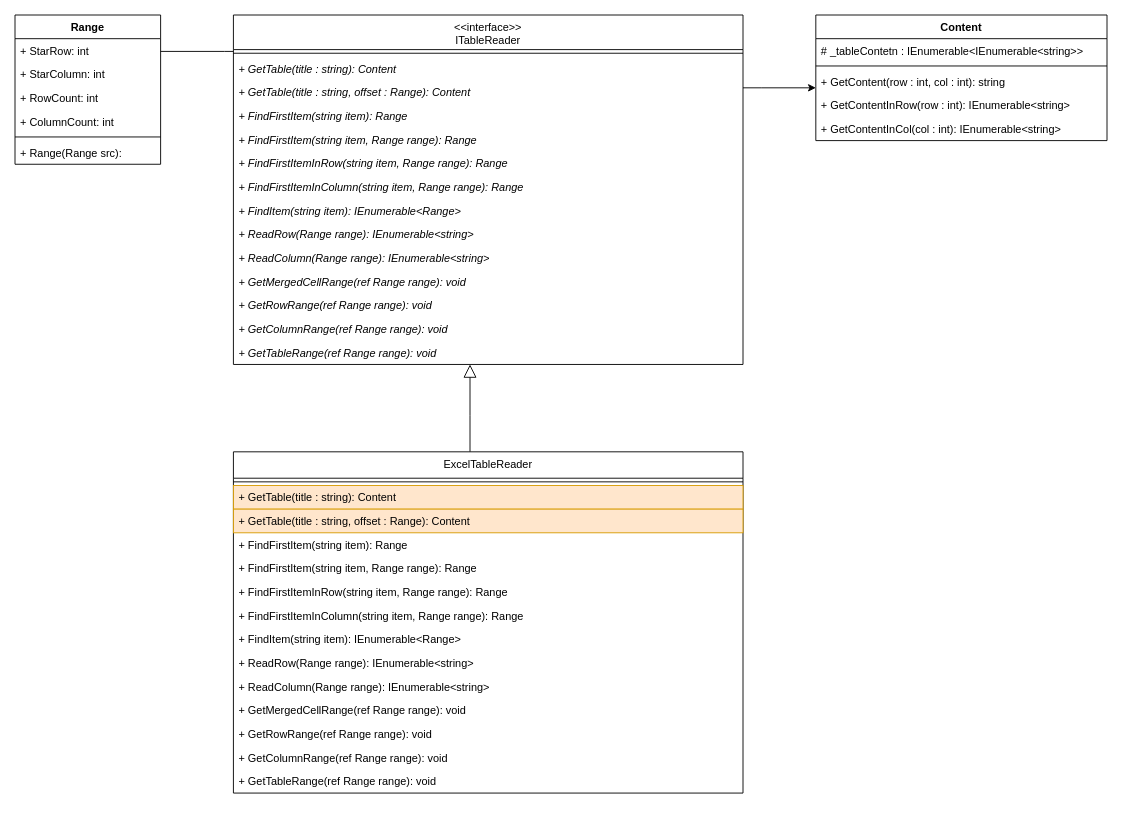
Earlier version of the draw.io diagram TableReader/doc/class_diagram.drawio (CountrySideEngineer/CsMySamples). Source tidied: cells renumbered, new cells numbered last; positions are measured from the earlier drawing's top-left corner, leaving out a move shared by most shapes. Both pictures are drawn from the tidied source at 91%, with x=0, y=0 at pixel (15, 15).
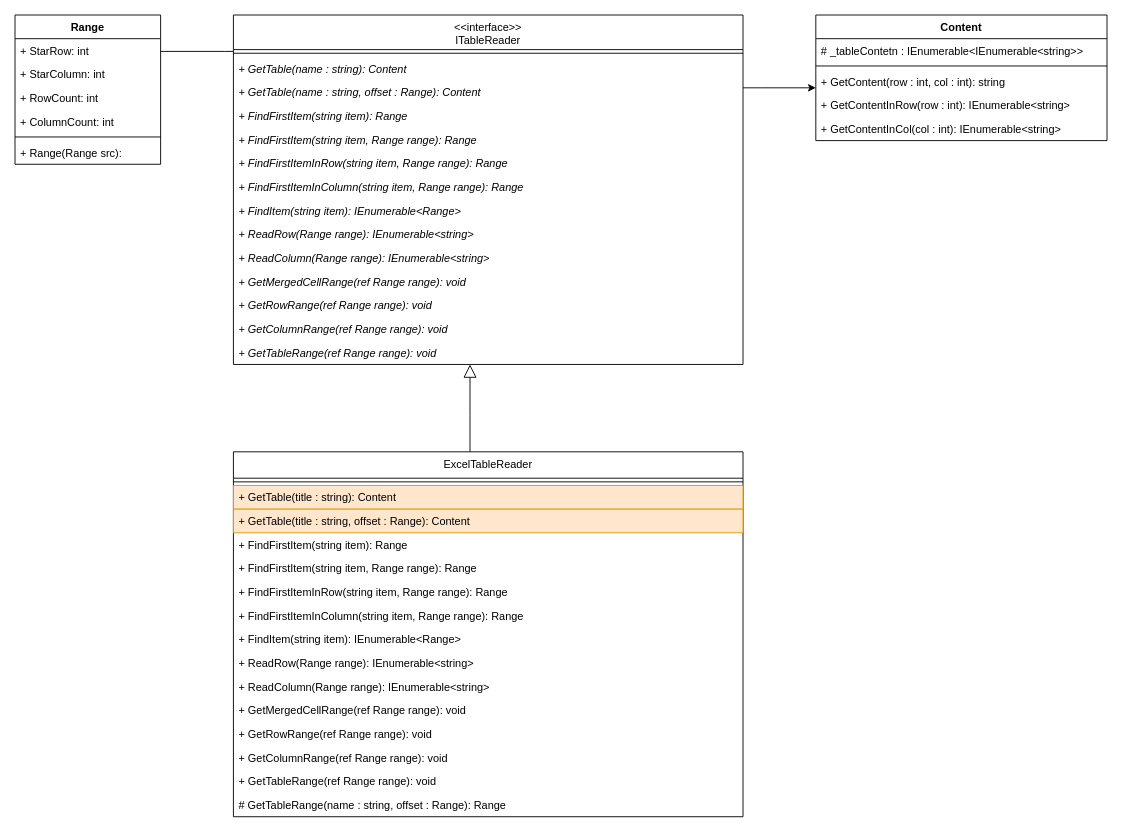
After the change.

Commit message:
Update design document.

The change refers to these unchanged cells:
```xml
<mxCell id="4" value="&lt;&lt;interface&gt;&gt;&#10;ITableReader" style="swimlane;fontStyle=0;align=center;verticalAlign=top;horizontal=1;startSize=38;" parent="1" vertex="1">
  <mxGeometry x="240" width="560" height="384" as="geometry" />
</mxCell>
```

What changed in the source:
```diff
@@
-    <mxCell id="6" value="+ GetTable(title : string): Content" style="text;strokeColor=none;fillColor=none;align=left;verticalAlign=top;spacingLeft=4;spacingRight=4;overflow=hidden;fontStyle=2;" parent="4" vertex="1">
+    <mxCell id="6" value="+ GetTable(name : string): Content" style="text;strokeColor=none;fillColor=none;align=left;verticalAlign=top;spacingLeft=4;spacingRight=4;overflow=hidden;fontStyle=2;" parent="4" vertex="1">
       <mxGeometry y="46" width="560" height="26" as="geometry" />
     </mxCell>
-    <mxCell id="7" value="+ GetTable(title : string, offset : Range): Content" style="text;strokeColor=none;fillColor=none;align=left;verticalAlign=top;spacingLeft=4;spacingRight=4;overflow=hidden;fontStyle=2;" parent="4" vertex="1">
+    <mxCell id="7" value="+ GetTable(name : string, offset : Range): Content" style="text;strokeColor=none;fillColor=none;align=left;verticalAlign=top;spacingLeft=4;spacingRight=4;overflow=hidden;fontStyle=2;" parent="4" vertex="1">
       <mxGeometry y="72" width="560" height="26" as="geometry" />
     </mxCell>
@@
     <mxCell id="27" value="ExcelTableReader" style="swimlane;fontStyle=0;align=center;verticalAlign=top;horizontal=1;startSize=29;" parent="1" vertex="1">
-      <mxGeometry x="240" y="480" width="560" height="375" as="geometry" />
+      <mxGeometry x="240" y="480" width="560" height="401" as="geometry" />
     </mxCell>
@@
+    <mxCell id="48" value="# GetTableRange(name : string, offset : Range): Range" style="text;strokeColor=none;fillColor=none;align=left;verticalAlign=top;spacingLeft=4;spacingRight=4;overflow=hidden;fontStyle=0;" parent="27" vertex="1">
+      <mxGeometry y="375" width="560" height="26" as="geometry" />
+    </mxCell>
```
